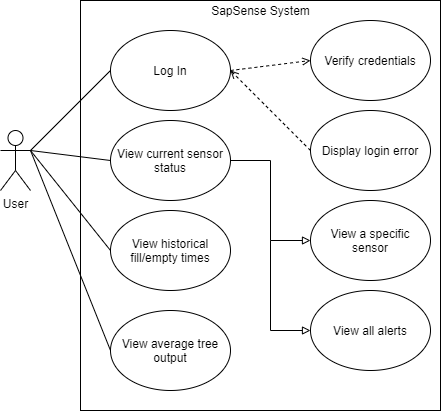
ocliebler/CSC400-SapSense keeps this draw.io diagram as SapSense_UseCase.drawio.png. Above is the earlier version. Source tidied: cells renumbered, new cells last; positions are measured from the earlier drawing's top-left corner, leaving out a move shared by most shapes.
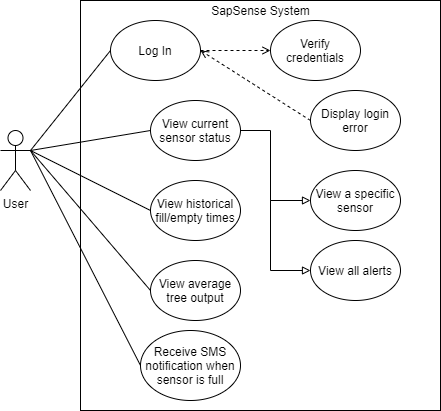
Above is the later version.

Commit message:
added sms notification to useCase diagram

The edit, as a diff of the source:
```diff
@@ -3,66 +3,82 @@
     <mxCell id="0" />
     <mxCell id="1" parent="0" />
     <mxCell id="2" style="rounded=0;whiteSpace=wrap;html=1;align=center;" parent="1" vertex="1">
-      <mxGeometry x="80" width="360" height="410" as="geometry" />
+      <mxGeometry y="-90" width="360" height="410" as="geometry" />
     </mxCell>
     <mxCell id="3" style="edgeStyle=none;rounded=0;jettySize=auto;html=1;exitX=1;exitY=0.3333333333333333;exitDx=0;exitDy=0;exitPerimeter=0;entryX=0;entryY=0.5;entryDx=0;entryDy=0;endArrow=none;endFill=0;" parent="1" edge="1" source="4" target="7">
       <mxGeometry relative="1" as="geometry" />
     </mxCell>
     <mxCell id="4" value="User" style="shape=umlActor;verticalLabelPosition=bottom;verticalAlign=top;html=1;outlineConnect=0;" parent="1" vertex="1">
-      <mxGeometry y="130" width="30" height="60" as="geometry" />
+      <mxGeometry x="-80" y="40" width="30" height="60" as="geometry" />
     </mxCell>
     <mxCell id="5" value="SapSense System" style="text;html=1;strokeColor=none;fillColor=none;align=center;verticalAlign=middle;whiteSpace=wrap;rounded=0;" parent="1" vertex="1">
-      <mxGeometry x="197.5" width="125" height="20" as="geometry" />
+      <mxGeometry x="117.5" y="-90" width="125" height="20" as="geometry" />
     </mxCell>
     <mxCell id="6" style="rounded=0;jettySize=auto;html=1;exitX=1;exitY=0.5;exitDx=0;exitDy=0;entryX=0;entryY=0.5;entryDx=0;entryDy=0;dashed=1;endArrow=open;endFill=0;" parent="1" edge="1" source="7" target="15">
       <mxGeometry relative="1" as="geometry" />
     </mxCell>
     <mxCell id="7" value="Log In" style="ellipse;whiteSpace=wrap;html=1;" parent="1" vertex="1">
-      <mxGeometry x="110" y="30" width="120" height="80" as="geometry" />
+      <mxGeometry x="30" y="-70" width="90" height="60" as="geometry" />
     </mxCell>
     <mxCell id="8" style="edgeStyle=none;rounded=0;jettySize=auto;html=1;exitX=0;exitY=0.5;exitDx=0;exitDy=0;entryX=1;entryY=0.3333333333333333;entryDx=0;entryDy=0;entryPerimeter=0;endArrow=none;endFill=0;" parent="1" edge="1" source="10" target="4">
       <mxGeometry relative="1" as="geometry" />
     </mxCell>
     <mxCell id="9" style="edgeStyle=orthogonalEdgeStyle;rounded=0;jettySize=auto;html=1;exitX=1;exitY=0.5;exitDx=0;exitDy=0;entryX=0;entryY=0.5;entryDx=0;entryDy=0;endArrow=block;endFill=0;" parent="1" edge="1" source="10" target="18">
-      <mxGeometry relative="1" as="geometry" />
+      <mxGeometry relative="1" as="geometry">
+        <Array as="points">
+          <mxPoint x="190" y="40" />
+          <mxPoint x="190" y="110" />
+        </Array>
+      </mxGeometry>
     </mxCell>
     <mxCell id="10" value="View current sensor status" style="ellipse;whiteSpace=wrap;html=1;" parent="1" vertex="1">
-      <mxGeometry x="110" y="120" width="120" height="80" as="geometry" />
+      <mxGeometry x="70" y="10" width="90" height="60" as="geometry" />
     </mxCell>
     <mxCell id="11" style="edgeStyle=none;rounded=0;jettySize=auto;html=1;exitX=0;exitY=0.5;exitDx=0;exitDy=0;endArrow=none;endFill=0;entryX=1;entryY=0.3333333333333333;entryDx=0;entryDy=0;entryPerimeter=0;" parent="1" edge="1" source="12" target="4">
       <mxGeometry relative="1" as="geometry" />
     </mxCell>
     <mxCell id="12" value="View historical fill/empty times" style="ellipse;whiteSpace=wrap;html=1;" parent="1" vertex="1">
-      <mxGeometry x="110" y="210" width="120" height="80" as="geometry" />
+      <mxGeometry x="70" y="90" width="90" height="60" as="geometry" />
     </mxCell>
-    <mxCell id="13" style="edgeStyle=none;rounded=0;jettySize=auto;html=1;exitX=0;exitY=0.5;exitDx=0;exitDy=0;endArrow=none;endFill=0;entryX=1;entryY=0.3333333333333333;entryDx=0;entryDy=0;entryPerimeter=0;" parent="1" edge="1" source="14" target="4">
-      <mxGeometry relative="1" as="geometry" />
+    <mxCell id="13" style="edgeStyle=none;rounded=0;jettySize=auto;html=1;exitX=0;exitY=0.5;exitDx=0;exitDy=0;endArrow=none;endFill=0;" parent="1" edge="1" source="14">
+      <mxGeometry relative="1" as="geometry">
+        <mxPoint x="-50" y="60" as="targetPoint" />
+      </mxGeometry>
     </mxCell>
     <mxCell id="14" value="View average tree output" style="ellipse;whiteSpace=wrap;html=1;" parent="1" vertex="1">
-      <mxGeometry x="110" y="310" width="120" height="80" as="geometry" />
+      <mxGeometry x="70" y="170" width="90" height="60" as="geometry" />
     </mxCell>
     <mxCell id="15" value="Verify credentials" style="ellipse;whiteSpace=wrap;html=1;" parent="1" vertex="1">
-      <mxGeometry x="310" y="20" width="120" height="80" as="geometry" />
+      <mxGeometry x="190" y="-70" width="90" height="60" as="geometry" />
     </mxCell>
     <mxCell id="16" style="edgeStyle=none;rounded=0;jettySize=auto;html=1;exitX=0;exitY=0.5;exitDx=0;exitDy=0;entryX=1;entryY=0.5;entryDx=0;entryDy=0;dashed=1;endArrow=open;endFill=0;" parent="1" edge="1" source="17" target="7">
       <mxGeometry relative="1" as="geometry" />
     </mxCell>
     <mxCell id="17" value="Display login error" style="ellipse;whiteSpace=wrap;html=1;" parent="1" vertex="1">
-      <mxGeometry x="310" y="110" width="120" height="80" as="geometry" />
+      <mxGeometry x="230" width="90" height="60" as="geometry" />
     </mxCell>
     <mxCell id="18" value="View a specific sensor" style="ellipse;whiteSpace=wrap;html=1;" parent="1" vertex="1">
-      <mxGeometry x="310" y="200" width="120" height="80" as="geometry" />
+      <mxGeometry x="230" y="80" width="90" height="60" as="geometry" />
     </mxCell>
     <mxCell id="19" style="edgeStyle=orthogonalEdgeStyle;rounded=0;jettySize=auto;html=1;endArrow=block;endFill=0;entryX=0;entryY=0.5;entryDx=0;entryDy=0;" parent="1" edge="1" target="20">
       <mxGeometry relative="1" as="geometry">
-        <mxPoint x="270" y="240" as="sourcePoint" />
+        <mxPoint x="200" y="110" as="sourcePoint" />
         <Array as="points">
-          <mxPoint x="270" y="330" />
+          <mxPoint x="190" y="110" />
+          <mxPoint x="190" y="180" />
         </Array>
       </mxGeometry>
     </mxCell>
     <mxCell id="20" value="View all alerts" style="ellipse;whiteSpace=wrap;html=1;" parent="1" vertex="1">
-      <mxGeometry x="310" y="290" width="120" height="80" as="geometry" />
+      <mxGeometry x="230" y="150" width="90" height="60" as="geometry" />
     </mxCell>
+    <mxCell id="21" value="Receive SMS notification when sensor is full" style="ellipse;whiteSpace=wrap;html=1;" parent="1" vertex="1">
+      <mxGeometry x="60" y="240" width="100" height="70" as="geometry" />
+    </mxCell>
+    <mxCell id="22" style="edgeStyle=none;rounded=0;jettySize=auto;html=1;endArrow=none;endFill=0;exitX=0;exitY=0.5;exitDx=0;exitDy=0;" parent="1" edge="1" source="21">
+      <mxGeometry relative="1" as="geometry">
+        <mxPoint x="-50" y="60" as="targetPoint" />
+      </mxGeometry>
+    </mxCell>
   </root>
 </mxGraphModel>
```
